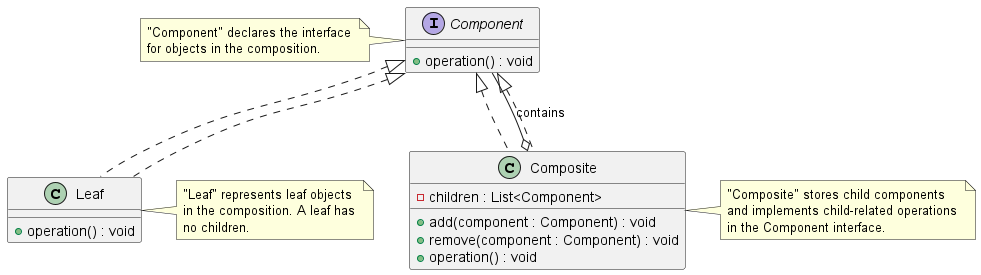
Before: Patterns/Manuscript/manuscript/images/ch07_Composite/CompositePatternClassDiagram.png, a diagram exported from PlantUML (Gabriel-SoftwareAG/DesignPatterns).
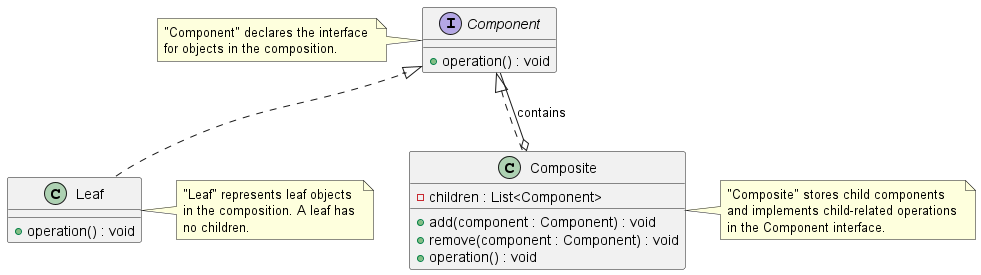
The same file after the commit.

Diff of the diagram source:
```diff
@@ -15,8 +15,6 @@
   +operation() : void
 }
 
-Component <|.. Leaf
-Component <|.. Composite
 Composite o-- Component : contains
 
 note left of Component
```
